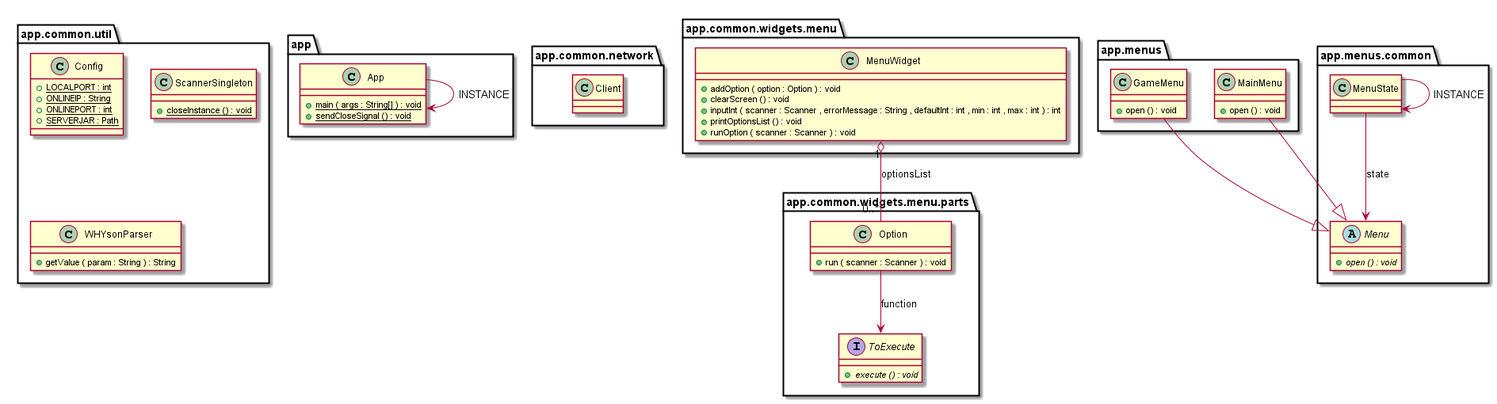
Earlier version of the PlantUML export Documentatie/generated-docs/classdiagram.png (asmarahimi246-tech/Project-Intelligente-System-I).
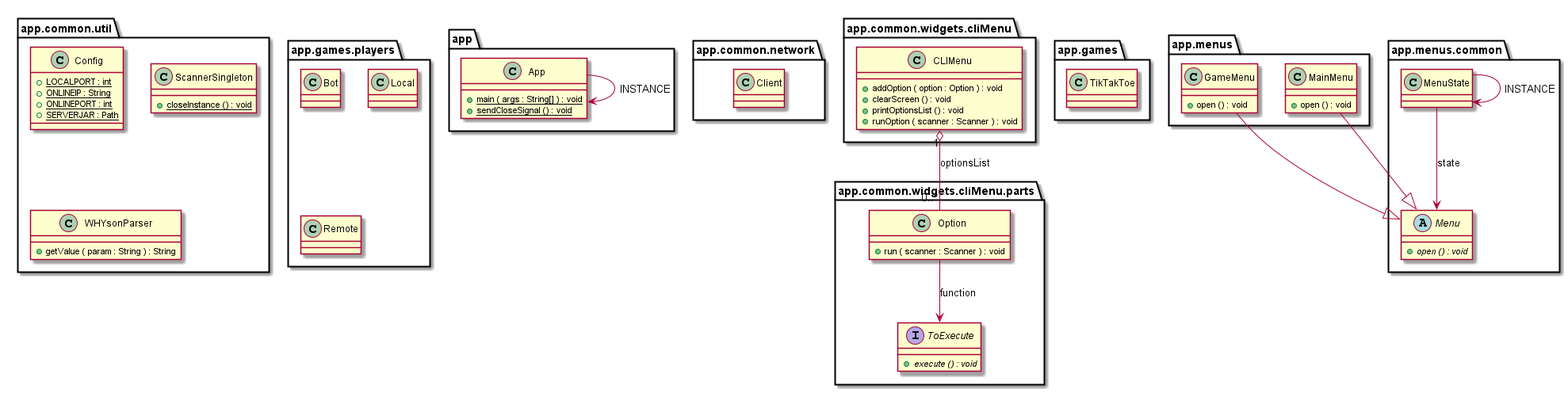
The same file after the commit.

Diff of the diagram source:
```diff
@@ -28,22 +28,37 @@
 }
 
 
-class app.common.widgets.menu.MenuWidget {
+class app.common.widgets.cliMenu.CLIMenu {
 	{method} +addOption ( option : Option ) : void
 	{method} +clearScreen () : void
-	{method} +inputInt ( scanner : Scanner , errorMessage : String , defaultInt : int , min : int , max : int ) : int
 	{method} +printOptionsList () : void
 	{method} +runOption ( scanner : Scanner ) : void
 }
 
 
-class app.common.widgets.menu.parts.Option {
+class app.common.widgets.cliMenu.parts.Option {
 	{method} +run ( scanner : Scanner ) : void
 }
 
 
-interface app.common.widgets.menu.parts.ToExecute {
+interface app.common.widgets.cliMenu.parts.ToExecute {
 	{method}  {abstract} +execute () : void
+}
+
+
+class app.games.TikTakToe {
+}
+
+
+class app.games.players.Bot {
+}
+
+
+class app.games.players.Local {
+}
+
+
+class app.games.players.Remote {
 }
 
 
@@ -69,8 +84,8 @@
 
 
 app.App -->  app.App : INSTANCE
-app.common.widgets.menu.MenuWidget "1" o-- "0..*"  app.common.widgets.menu.parts.Option : optionsList
-app.common.widgets.menu.parts.Option -->  app.common.widgets.menu.parts.ToExecute : function
+app.common.widgets.cliMenu.CLIMenu "1" o-- "0..*"  app.common.widgets.cliMenu.parts.Option : optionsList
+app.common.widgets.cliMenu.parts.Option -->  app.common.widgets.cliMenu.parts.ToExecute : function
 app.menus.GameMenu --|>  app.menus.common.Menu
 app.menus.MainMenu --|>  app.menus.common.Menu
 app.menus.common.MenuState -->  app.menus.common.Menu : state
```
